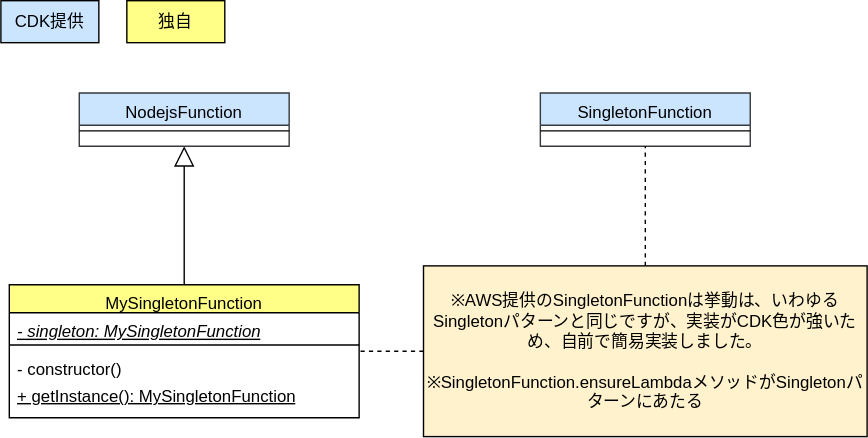
Above: drawio/singleton/singleton-cdk.drawio.svg in go-to-k/cdk-gof-design-pattern (draw.io), before the change. Source tidied: cells renumbered, new cells last; positions are measured from the earlier drawing's top-left corner, leaving out a move shared by most shapes.
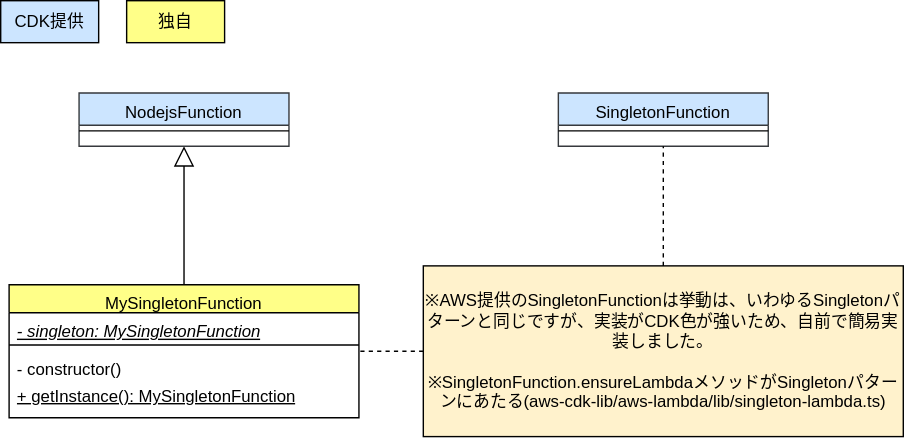
Later version of the same file.

Commit message:
update visitor diagrams comments

What changed in the source:
```diff
@@ -3,7 +3,7 @@
     <mxCell id="0" />
     <mxCell id="1" parent="0" />
     <mxCell id="2" value="SingletonFunction" style="swimlane;fontStyle=0;align=center;verticalAlign=top;horizontal=1;startSize=23;rounded=0;shadow=0;strokeWidth=1;fillColor=#cce5ff;strokeColor=#36393d;fontColor=#000000;" parent="1" vertex="1">
-      <mxGeometry x="385.5" y="66" width="150" height="38" as="geometry" />
+      <mxGeometry x="398.5" y="66" width="150" height="38" as="geometry" />
     </mxCell>
     <mxCell id="3" style="line;html=1;strokeWidth=1;align=left;verticalAlign=middle;spacingTop=-1;spacingLeft=3;spacingRight=3;labelPosition=right;fontColor=#000000;strokeColor=#000000;" parent="2" vertex="1">
       <mxGeometry y="23" width="150" height="8" as="geometry" />
@@ -38,8 +38,8 @@
     <mxCell id="13" style="line;html=1;strokeWidth=1;align=left;verticalAlign=middle;spacingTop=-1;spacingLeft=3;spacingRight=3;labelPosition=right;fontColor=#000000;strokeColor=#000000;" parent="12" vertex="1">
       <mxGeometry y="23" width="150" height="8" as="geometry" />
     </mxCell>
-    <mxCell id="14" value="※AWS提供のSingletonFunctionは挙動は、いわゆるSingletonパターンと同じですが、実装がCDK色が強いため、自前で簡易実装しました。&lt;br&gt;&lt;br&gt;※SingletonFunction.ensureLambdaメソッドがSingletonパターンにあたる" style="text;html=1;strokeColor=#000000;fillColor=#fff2cc;align=center;verticalAlign=middle;whiteSpace=wrap;rounded=0;fontColor=#000000;" parent="1" vertex="1">
-      <mxGeometry x="302" y="189.5" width="317" height="122" as="geometry" />
+    <mxCell id="14" value="※AWS提供のSingletonFunctionは挙動は、いわゆるSingletonパターンと同じですが、実装がCDK色が強いため、自前で簡易実装しました。&lt;br&gt;&lt;br&gt;※SingletonFunction.ensureLambdaメソッドがSingletonパターンにあたる(aws-cdk-lib/aws-lambda/lib/singleton-lambda.ts)" style="text;html=1;strokeColor=#000000;fillColor=#fff2cc;align=center;verticalAlign=middle;whiteSpace=wrap;rounded=0;fontColor=#000000;" parent="1" vertex="1">
+      <mxGeometry x="302" y="189.5" width="343" height="122" as="geometry" />
     </mxCell>
     <mxCell id="15" style="edgeStyle=none;html=1;dashed=1;strokeColor=#000000;endArrow=none;endFill=0;" parent="1" edge="1" source="14" target="2">
       <mxGeometry relative="1" as="geometry" />
```
